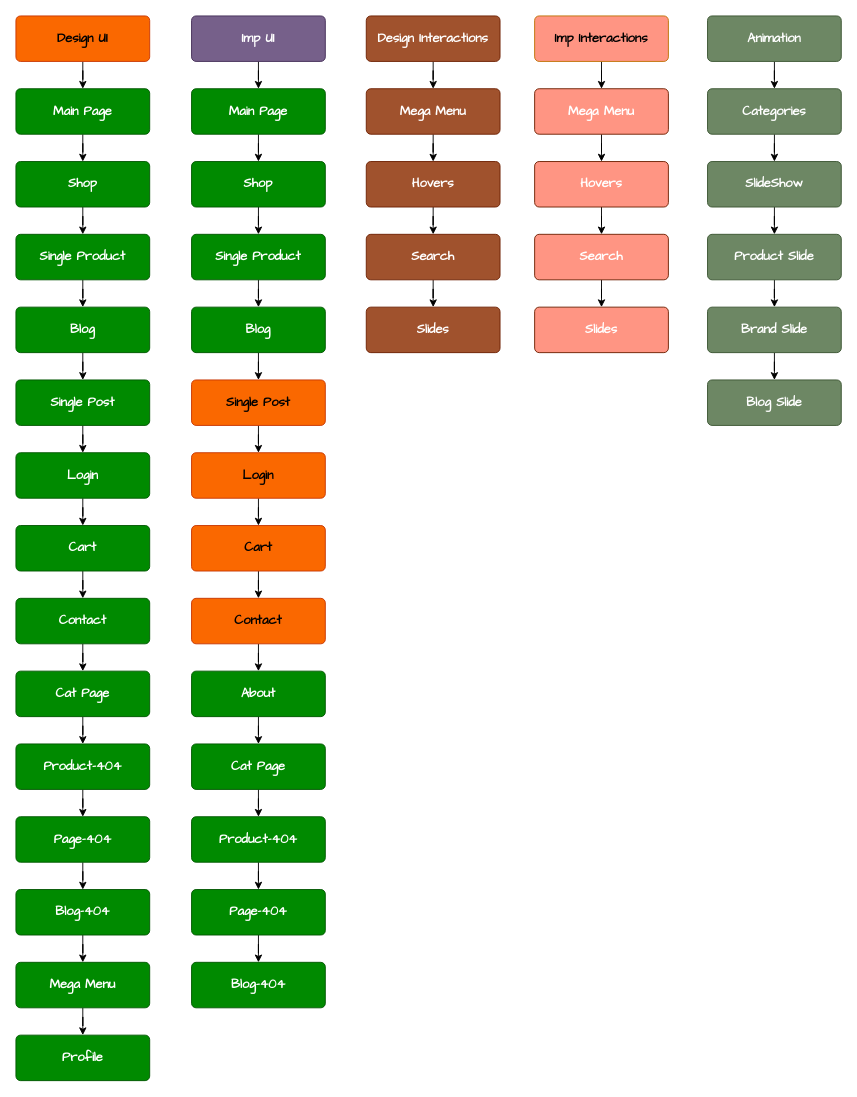
This is JSProject.drawio from monfaredpersonal/Development, a draw.io file, before an edit. Source tidied: cells renumbered, new cells numbered last; positions are measured from the earlier drawing's top-left corner, leaving out a move shared by most shapes. Both pictures are drawn from the tidied source at 91%, with x=0, y=0 at pixel (15, 15).
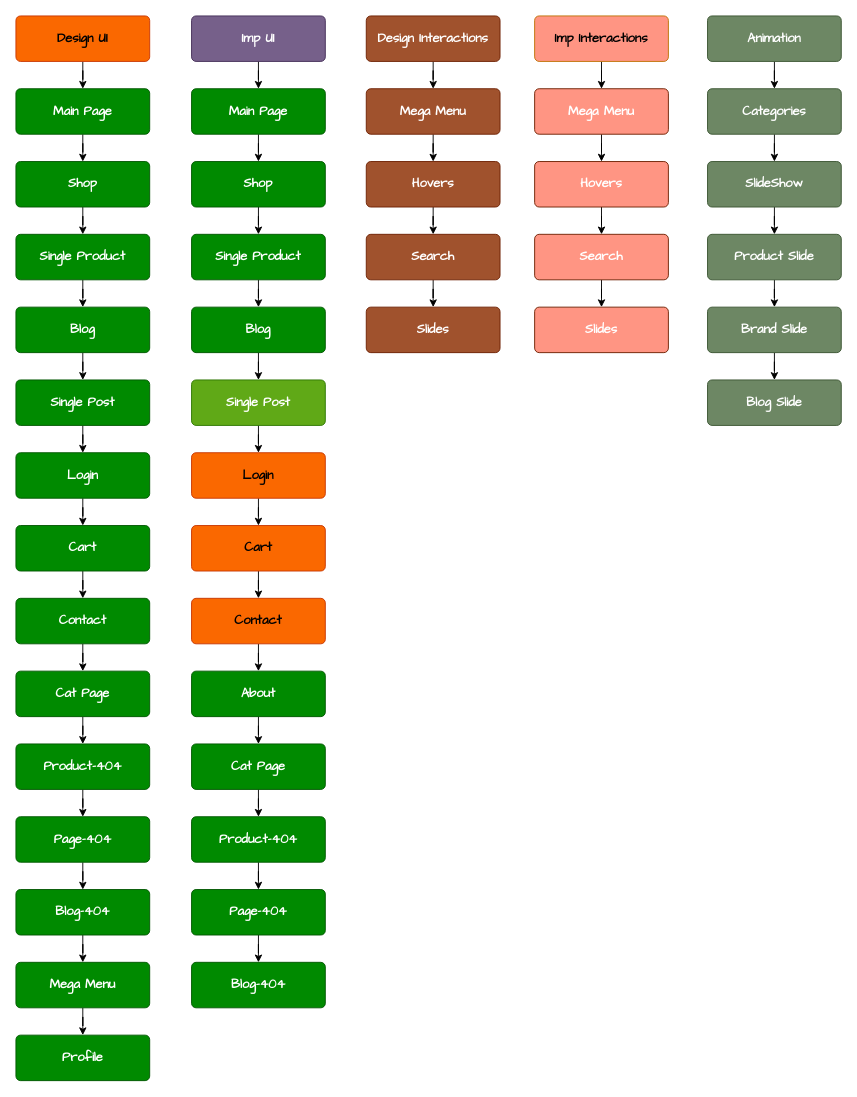
The same diagram, later.

The edit, as a diff of the source:
```diff
@@
-    <mxCell id="45" value="&lt;div style=&quot;forced-color-adjust: none;&quot;&gt;Single Post&lt;/div&gt;" style="html=1;shadow=0;dashed=0;shape=mxgraph.bootstrap.rrect;rSize=5;strokeColor=#C73500;strokeWidth=1;fillColor=#fa6800;fontColor=#000000;whiteSpace=wrap;align=center;verticalAlign=middle;spacingLeft=0;fontStyle=1;fontSize=14;spacing=5;rounded=1;glass=0;fillStyle=auto;fontFamily=Comic Sans MS;horizontal=1;textDirection=rtl;points=[];" parent="1" vertex="1">
+    <mxCell id="45" value="&lt;div style=&quot;forced-color-adjust: none;&quot;&gt;Single Post&lt;/div&gt;" style="html=1;shadow=0;dashed=0;shape=mxgraph.bootstrap.rrect;rSize=5;strokeColor=#2D7600;strokeWidth=1;fillColor=#60a917;fontColor=#ffffff;whiteSpace=wrap;align=center;verticalAlign=middle;spacingLeft=0;fontStyle=1;fontSize=14;spacing=5;rounded=1;glass=0;fillStyle=auto;fontFamily=Comic Sans MS;horizontal=1;textDirection=rtl;points=[];" parent="1" vertex="1">
       <mxGeometry x="193" y="400" width="147" height="50" as="geometry" />
     </mxCell>
```
